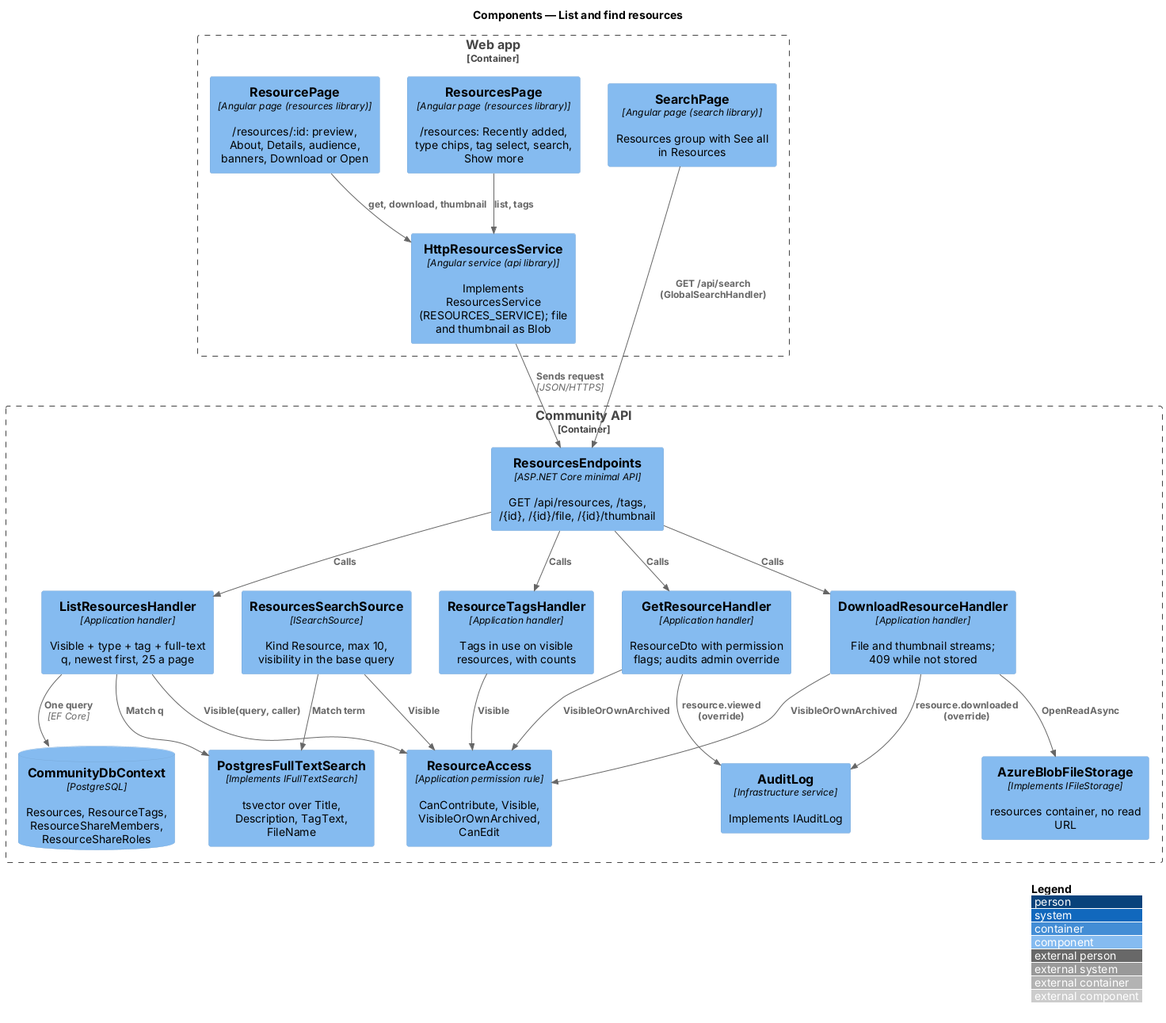
QuinntyneBrown/faithtech-community keeps this PlantUML diagram as docs/detailed-designs/resources/list-and-find/diagrams/c4-component.png. Above is the earlier version.
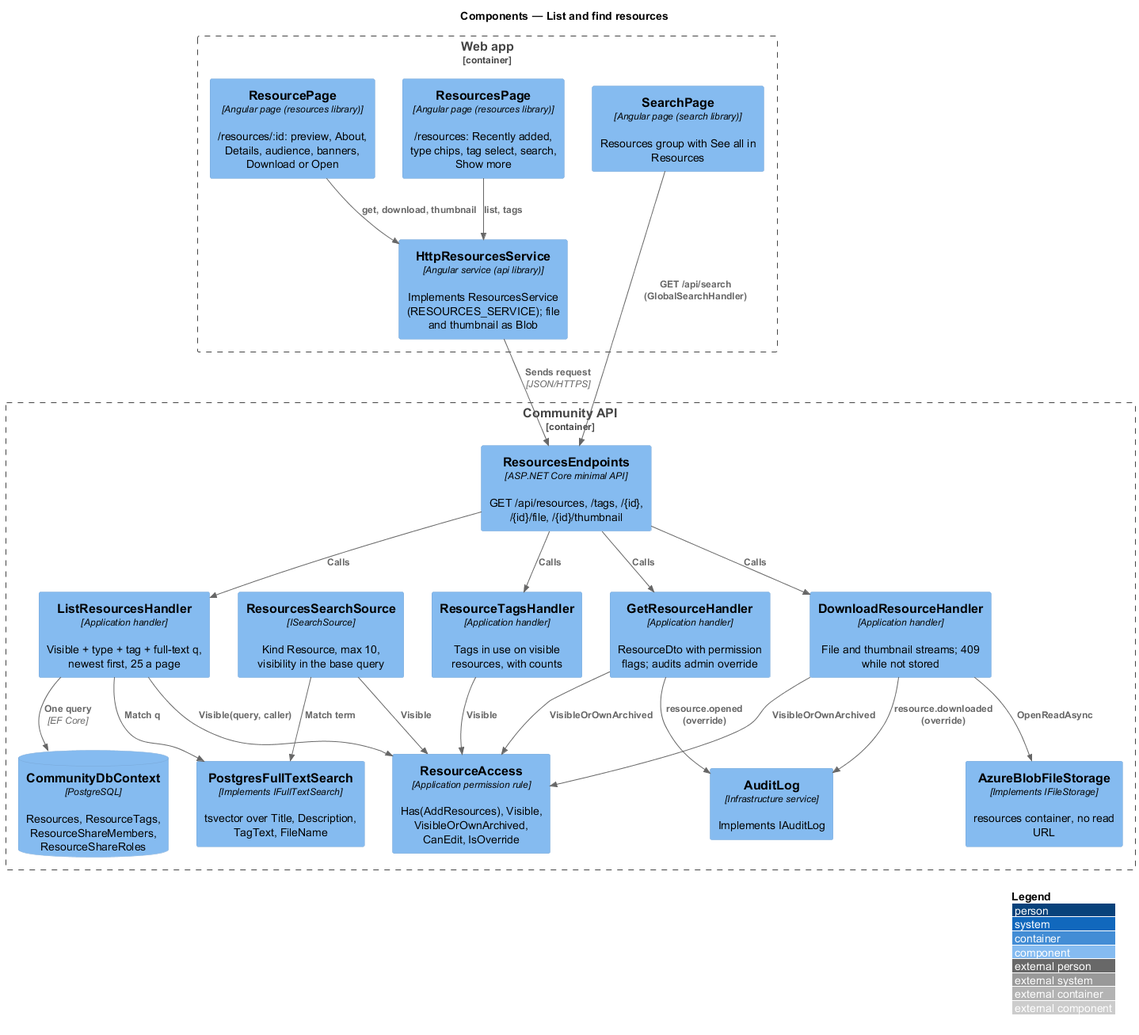
After the change.

What changed in the source:
```diff
@@ -15,7 +15,7 @@
   Component(dl, "DownloadResourceHandler", "Application handler", "File and thumbnail streams; 409 while not stored")
   Component(tags, "ResourceTagsHandler", "Application handler", "Tags in use on visible resources, with counts")
   Component(src, "ResourcesSearchSource", "ISearchSource", "Kind Resource, max 10, visibility in the base query")
-  Component(acc, "ResourceAccess", "Application permission rule", "CanContribute, Visible, VisibleOrOwnArchived, CanEdit")
+  Component(acc, "ResourceAccess", "Application permission rule", "Has(AddResources), Visible, VisibleOrOwnArchived, CanEdit, IsOverride")
   Component(fts, "PostgresFullTextSearch", "Implements IFullTextSearch", "tsvector over Title, Description, TagText, FileName")
   Component(store, "AzureBlobFileStorage", "Implements IFileStorage", "resources container, no read URL")
   Component(audit, "AuditLog", "Infrastructure service", "Implements IAuditLog")
@@ -37,7 +37,7 @@
 Rel(listh, fts, "Match q")
 Rel(src, fts, "Match term")
 Rel(dl, store, "OpenReadAsync")
-Rel(geth, audit, "resource.viewed (override)")
+Rel(geth, audit, "resource.opened (override)")
 Rel(dl, audit, "resource.downloaded (override)")
 Rel(listh, db, "One query", "EF Core")
 @enduml
```
